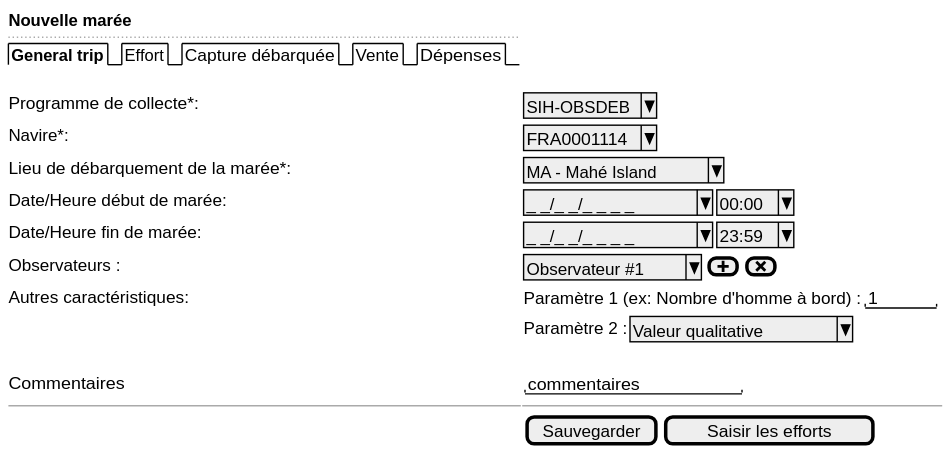
Above: use-case/collect/trip/landing-ui-new.svg in sumaris-net/sumaris-doc (PlantUML), before the change. Its source is kept beside it as use-case/collect/trip/landing-ui-new.puml.
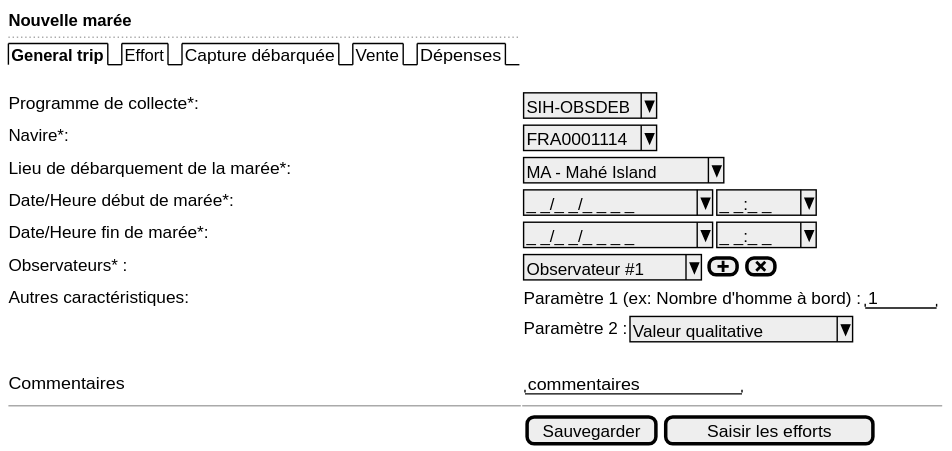
The same diagram one commit later.

The edit, as a diff of the source:
```diff
@@ -7,9 +7,9 @@
   Programme de collecte*:    | { ^SIH-OBSDEB^ }
   Navire*:                   | { ^FRA0001114^ }
   Lieu de débarquement de la marée*:     | { ^MA - Mahé Island^ }
-  Date/Heure début de marée:  | { ^_ _/_ _/_ _ _ _^ | ^00:00^ }
-  Date/Heure fin de marée:  | { ^_ _/_ _/_ _ _ _^ | ^23:59^ }
-  Observateurs :            | { ^Observateur #1^ | [<&plus>] | [<&x>]}
+  Date/Heure début de marée*:  | { ^_ _/_ _/_ _ _ _^ | ^_ _:_ _^ }
+  Date/Heure fin de marée*:  | { ^_ _/_ _/_ _ _ _^ | ^_ _:_ _^ }
+  Observateurs* :            | { ^Observateur #1^ | [<&plus>] | [<&x>]}
   Autres caractéristiques:  | { Paramètre 1 (ex: Nombre d'homme à bord) : | "   1  " }
   .                         | { Paramètre 2 : | ^Valeur qualitative^ }
 
```
